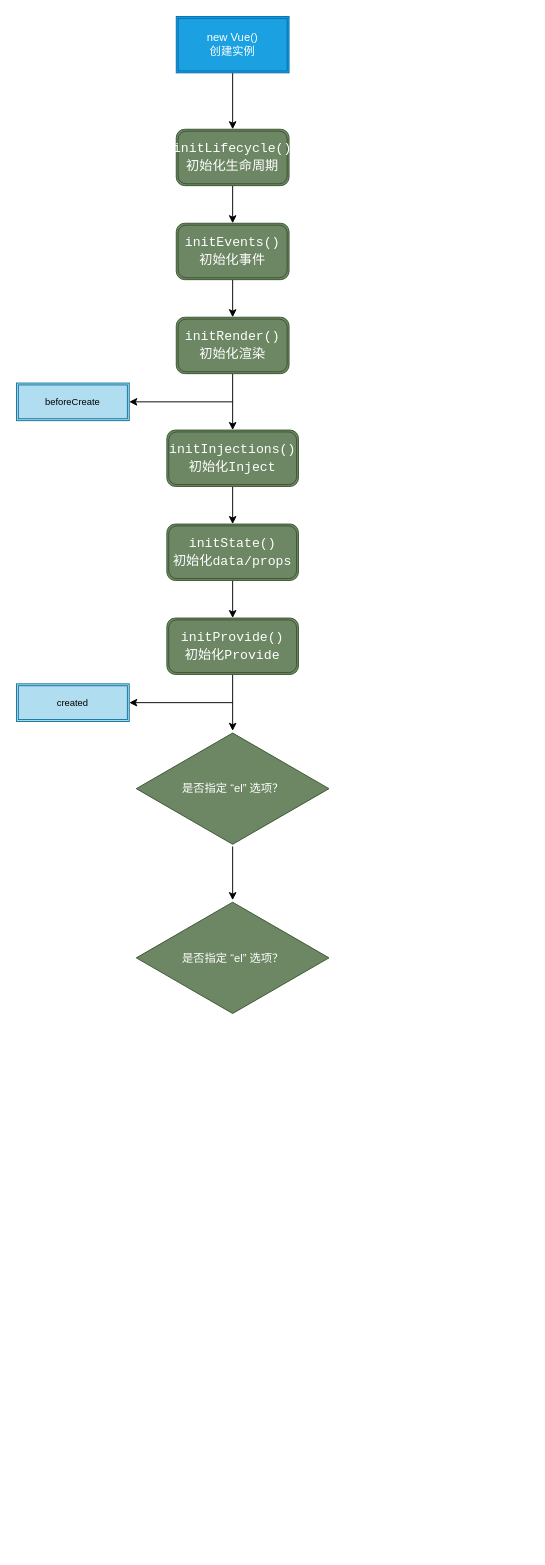
Above: Untitled Diagram.drawio in 5102a/Drawing-Board-Canvas (draw.io), before the change. Source tidied: cells renumbered, new cells numbered last; positions are measured from the earlier drawing's top-left corner, leaving out a move shared by most shapes. Both pictures are drawn from the tidied source at 94%, with x=0, y=0 at pixel (16, 16).
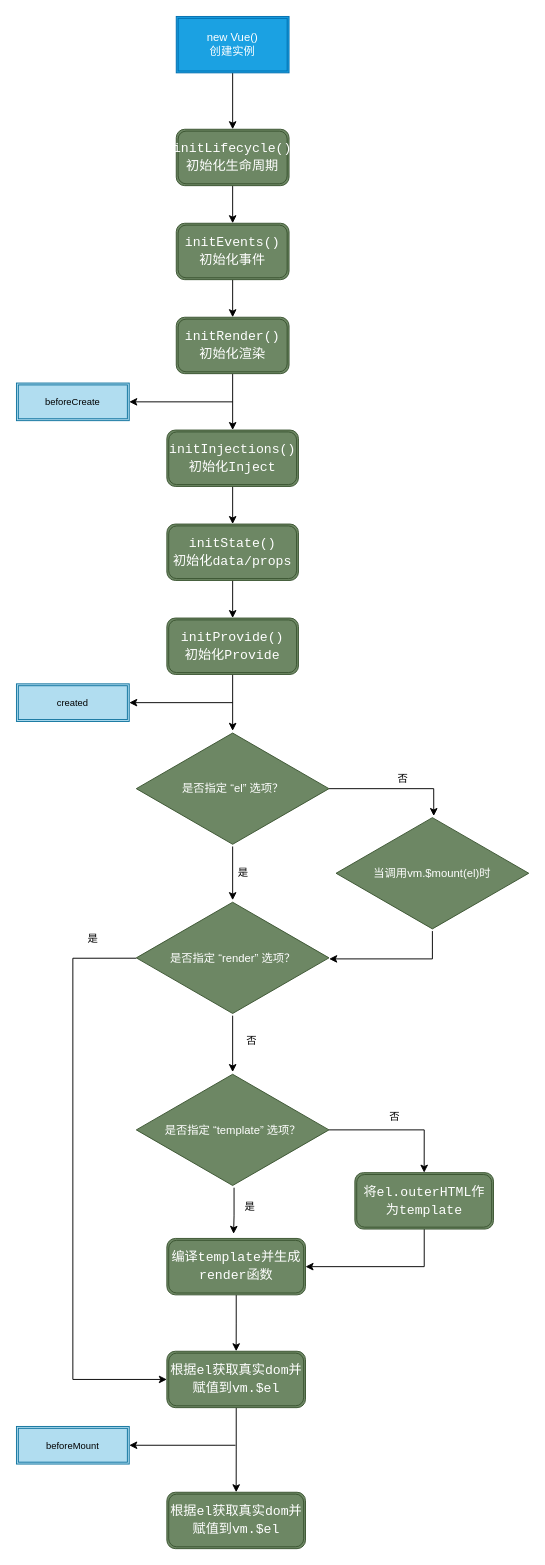
Above is the later version.

The change refers to these unchanged cells:
```xml
<mxCell id="20" style="edgeStyle=none;rounded=0;jettySize=auto;html=1;entryX=0.5;entryY=0.001;entryDx=0;entryDy=0;entryPerimeter=0;" parent="1" edge="1" source="21" target="22">
  <mxGeometry relative="1" as="geometry" />
</mxCell>
<mxCell id="21" value="是否指定 “el” 选项？" style="html=1;whiteSpace=wrap;shape=isoRectangle;strokeColor=#3A5431;fillColor=#6d8764;fontColor=#ffffff;" parent="1" vertex="1">
  <mxGeometry x="127.5" y="760" width="205" height="123" as="geometry" />
</mxCell>
```

Change to the diagram source:
```diff
@@
+    <mxCell id="23" value="是" style="edgeLabel;html=1;align=center;verticalAlign=middle;" parent="20" vertex="1">
+      <mxGeometry x="-0.43" relative="1" as="geometry">
+        <mxPoint x="10" y="11" as="offset" />
+      </mxGeometry>
+    </mxCell>
+    <mxCell id="24" style="edgeStyle=orthogonalEdgeStyle;rounded=0;jettySize=auto;html=1;entryX=0.507;entryY=0.005;entryDx=0;entryDy=0;entryPerimeter=0;" parent="1" edge="1" source="21" target="30">
+      <mxGeometry relative="1" as="geometry" />
+    </mxCell>
+    <mxCell id="25" value="否" style="edgeLabel;html=1;align=center;verticalAlign=middle;" parent="24" vertex="1">
+      <mxGeometry x="0.11" relative="1" as="geometry">
+        <mxPoint y="-11" as="offset" />
+      </mxGeometry>
+    </mxCell>
@@
+    <mxCell id="26" value="否" style="edgeStyle=none;rounded=0;jettySize=auto;html=1;" parent="1" edge="1" source="22" target="34">
+      <mxGeometry x="-0.1" y="20" relative="1" as="geometry" />
+    </mxCell>
+    <mxCell id="27" style="edgeStyle=orthogonalEdgeStyle;rounded=0;jettySize=auto;html=1;entryX=0;entryY=0.5;entryDx=0;entryDy=0;exitX=0;exitY=0.503;exitDx=0;exitDy=0;exitPerimeter=0;" parent="1" edge="1" source="22" target="40">
+      <mxGeometry relative="1" as="geometry">
+        <Array as="points">
+          <mxPoint x="60" y="1002" />
+          <mxPoint x="60" y="1450" />
+        </Array>
+      </mxGeometry>
+    </mxCell>
+    <mxCell id="28" value="是" style="edgeLabel;html=1;align=center;verticalAlign=middle;" parent="27" vertex="1">
+      <mxGeometry x="-0.48" y="1" relative="1" as="geometry">
+        <mxPoint x="19" y="-114" as="offset" />
+      </mxGeometry>
+    </mxCell>
-    <mxCell id="22" value="是否指定 “el” 选项？" style="html=1;whiteSpace=wrap;shape=isoRectangle;strokeColor=#3A5431;fillColor=#6d8764;fontColor=#ffffff;" parent="1" vertex="1">
+    <mxCell id="22" value="是否指定 “render” 选项？" style="html=1;whiteSpace=wrap;shape=isoRectangle;strokeColor=#3A5431;fillColor=#6d8764;fontColor=#ffffff;" parent="1" vertex="1">
       <mxGeometry x="127.5" y="940" width="205" height="123" as="geometry" />
     </mxCell>
+    <mxCell id="29" style="edgeStyle=orthogonalEdgeStyle;rounded=0;jettySize=auto;html=1;entryX=1.001;entryY=0.509;entryDx=0;entryDy=0;entryPerimeter=0;" parent="1" edge="1" source="30" target="22">
+      <mxGeometry relative="1" as="geometry">
+        <Array as="points">
+          <mxPoint x="443" y="1003" />
+        </Array>
+      </mxGeometry>
+    </mxCell>
+    <mxCell id="30" value="当调用vm.$mount(el)时" style="html=1;whiteSpace=wrap;shape=isoRectangle;strokeColor=#3A5431;fillColor=#6d8764;fontColor=#ffffff;" parent="1" vertex="1">
+      <mxGeometry x="340" y="850" width="205" height="123" as="geometry" />
+    </mxCell>
+    <mxCell id="31" value="是" style="rounded=0;orthogonalLoop=1;jettySize=auto;html=1;entryX=0.505;entryY=-0.007;entryDx=0;entryDy=0;entryPerimeter=0;" parent="1" edge="1">
+      <mxGeometry x="-0.19" y="16" relative="1" as="geometry">
+        <mxPoint x="231.5" y="1246" as="sourcePoint" />
+        <mxPoint x="231" y="1295.1" as="targetPoint" />
+        <Array as="points">
+          <mxPoint x="231.5" y="1276" />
+        </Array>
+      </mxGeometry>
+    </mxCell>
+    <mxCell id="32" style="edgeStyle=orthogonalEdgeStyle;rounded=0;jettySize=auto;html=1;entryX=0.5;entryY=0;entryDx=0;entryDy=0;" parent="1" edge="1" source="34" target="36">
+      <mxGeometry relative="1" as="geometry" />
+    </mxCell>
+    <mxCell id="33" value="否" style="edgeLabel;html=1;align=center;verticalAlign=middle;" parent="32" vertex="1">
+      <mxGeometry x="-0.06" y="2" relative="1" as="geometry">
+        <mxPoint y="-12" as="offset" />
+      </mxGeometry>
+    </mxCell>
+    <mxCell id="34" value="是否指定 “template” 选项？" style="html=1;whiteSpace=wrap;shape=isoRectangle;strokeColor=#3A5431;fillColor=#6d8764;fontColor=#ffffff;" parent="1" vertex="1">
+      <mxGeometry x="127.5" y="1123" width="205" height="123" as="geometry" />
+    </mxCell>
+    <mxCell id="35" style="edgeStyle=orthogonalEdgeStyle;rounded=0;jettySize=auto;html=1;entryX=1;entryY=0.5;entryDx=0;entryDy=0;" parent="1" edge="1" source="36" target="38">
+      <mxGeometry relative="1" as="geometry">
+        <Array as="points">
+          <mxPoint x="434" y="1330" />
+        </Array>
+      </mxGeometry>
+    </mxCell>
+    <mxCell id="36" value="&lt;div style=&quot;font-family: &amp;#34;consolas&amp;#34; , &amp;#34;courier new&amp;#34; , monospace ; font-size: 14px ; line-height: 19px&quot;&gt;将el.outerHTML作为template&lt;/div&gt;" style="shape=ext;double=1;rounded=1;whiteSpace=wrap;html=1;fillColor=#6d8764;strokeColor=#3A5431;fontColor=#ffffff;" parent="1" vertex="1">
+      <mxGeometry x="360" y="1230" width="147.5" height="60" as="geometry" />
+    </mxCell>
+    <mxCell id="37" style="edgeStyle=orthogonalEdgeStyle;rounded=0;jettySize=auto;html=1;entryX=0.5;entryY=0;entryDx=0;entryDy=0;" parent="1" edge="1" source="38" target="40">
+      <mxGeometry relative="1" as="geometry" />
+    </mxCell>
+    <mxCell id="38" value="&lt;div style=&quot;font-family: &amp;#34;consolas&amp;#34; , &amp;#34;courier new&amp;#34; , monospace ; font-size: 14px ; line-height: 19px&quot;&gt;编译template并生成render函数&lt;/div&gt;" style="shape=ext;double=1;rounded=1;whiteSpace=wrap;html=1;fillColor=#6d8764;strokeColor=#3A5431;fontColor=#ffffff;" parent="1" vertex="1">
+      <mxGeometry x="160" y="1300" width="147.5" height="60" as="geometry" />
+    </mxCell>
+    <mxCell id="39" style="edgeStyle=orthogonalEdgeStyle;rounded=0;jettySize=auto;html=1;entryX=0.5;entryY=0;entryDx=0;entryDy=0;" parent="1" edge="1" source="40" target="41">
+      <mxGeometry relative="1" as="geometry" />
+    </mxCell>
+    <mxCell id="40" value="&lt;div style=&quot;font-family: &amp;#34;consolas&amp;#34; , &amp;#34;courier new&amp;#34; , monospace ; font-size: 14px ; line-height: 19px&quot;&gt;根据el获取真实dom并赋值到vm.$el&lt;/div&gt;" style="shape=ext;double=1;rounded=1;whiteSpace=wrap;html=1;fillColor=#6d8764;strokeColor=#3A5431;fontColor=#ffffff;" parent="1" vertex="1">
+      <mxGeometry x="160" y="1420" width="147.5" height="60" as="geometry" />
+    </mxCell>
+    <mxCell id="41" value="&lt;div style=&quot;font-family: &amp;#34;consolas&amp;#34; , &amp;#34;courier new&amp;#34; , monospace ; font-size: 14px ; line-height: 19px&quot;&gt;根据el获取真实dom并赋值到vm.$el&lt;/div&gt;" style="shape=ext;double=1;rounded=1;whiteSpace=wrap;html=1;fillColor=#6d8764;strokeColor=#3A5431;fontColor=#ffffff;" parent="1" vertex="1">
+      <mxGeometry x="160" y="1570" width="147.5" height="60" as="geometry" />
+    </mxCell>
+    <mxCell id="42" style="endArrow=classic;html=1;" parent="1" edge="1">
+      <mxGeometry relative="1" as="geometry">
+        <mxPoint x="233" y="1520" as="sourcePoint" />
+        <mxPoint x="120" y="1520" as="targetPoint" />
+      </mxGeometry>
+    </mxCell>
+    <mxCell id="43" value="&lt;font size=&quot;1&quot;&gt;beforeMount&lt;/font&gt;" style="shape=ext;double=1;rounded=0;whiteSpace=wrap;html=1;strokeColor=#10739e;fillColor=#b1ddf0;" parent="1" vertex="1">
+      <mxGeometry y="1500" width="120" height="40" as="geometry" />
+    </mxCell>
```
